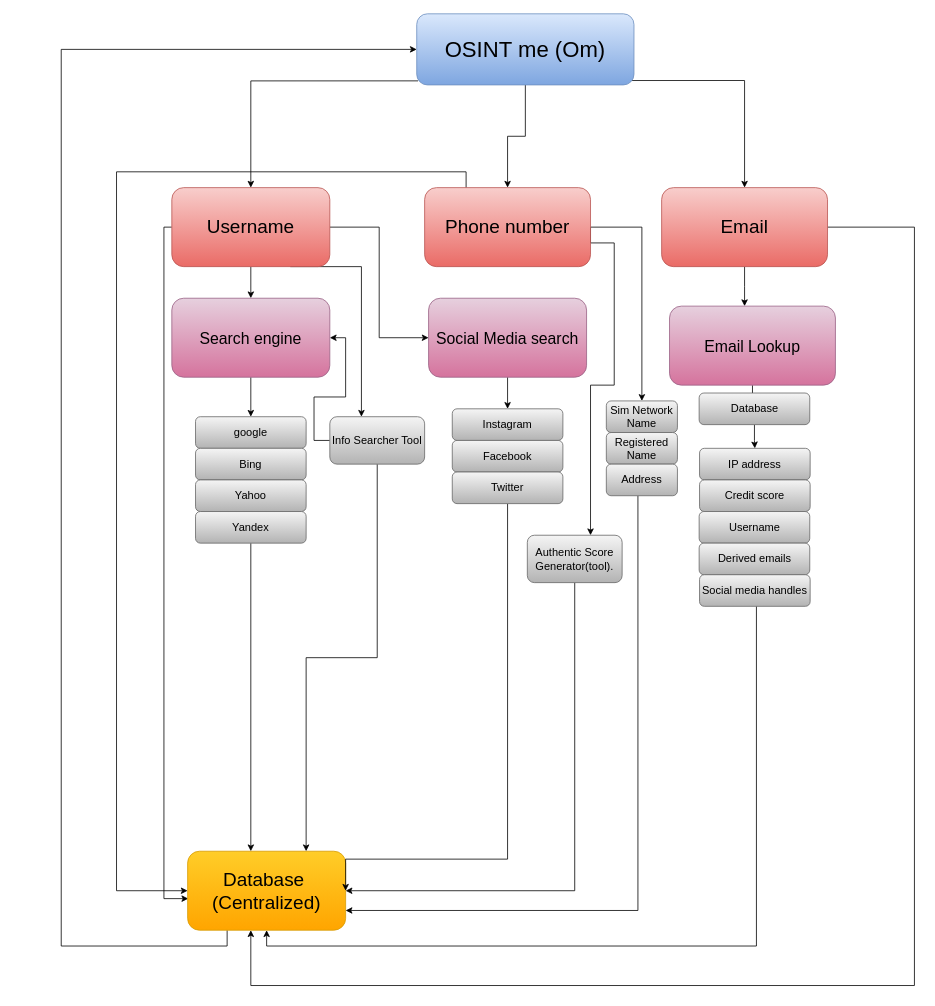
Earlier version of the draw.io diagram Hackathon.drawio (0xaL4te/Om). Source tidied: cells renumbered, new cells numbered last; positions are measured from the earlier drawing's top-left corner, leaving out a move shared by most shapes. Both pictures are drawn from the tidied source at 79%, with x=0, y=0 at pixel (61, 13).
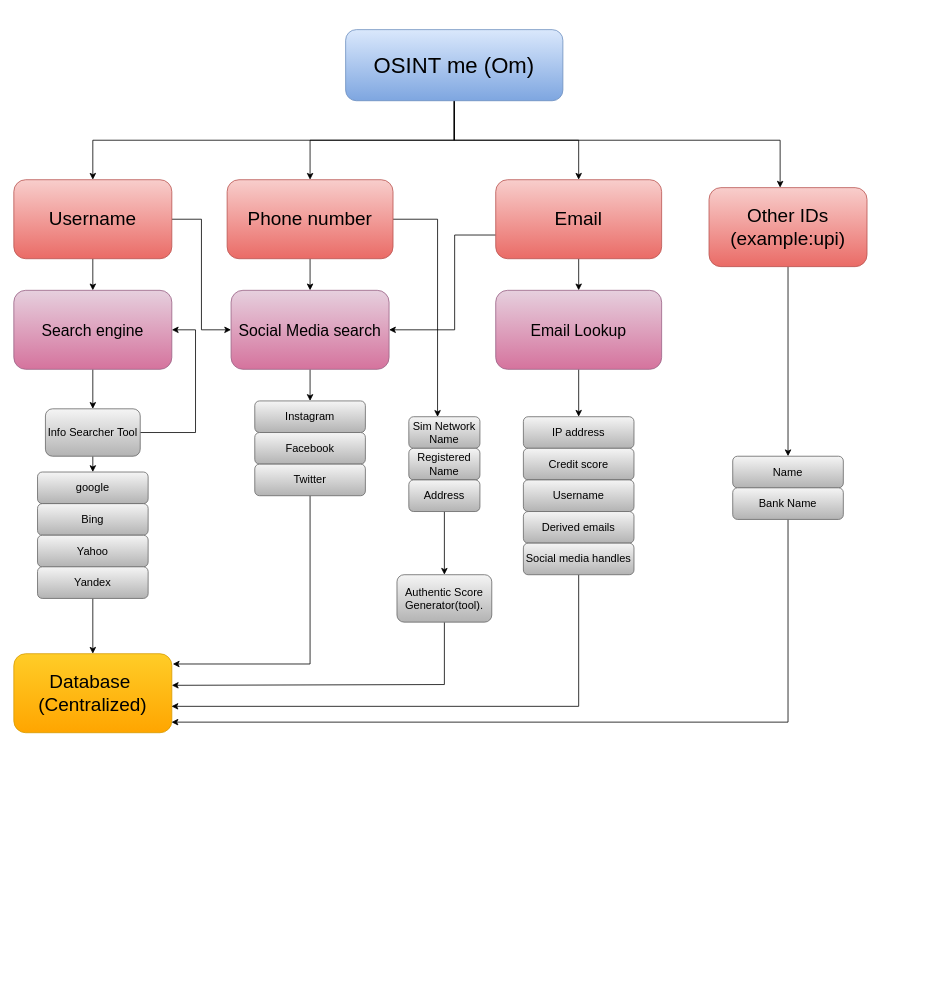
The same diagram, later.

What changed in the source:
```diff
@@
-    <mxCell id="2" style="edgeStyle=orthogonalEdgeStyle;rounded=0;jettySize=auto;html=1;entryX=0.004;entryY=0.6;entryDx=0;entryDy=0;entryPerimeter=0;" parent="1" edge="1" source="6" target="15">
-      <mxGeometry relative="1" as="geometry">
-        <Array as="points">
-          <mxPoint x="130" y="270" />
-          <mxPoint x="130" y="1120" />
-        </Array>
-      </mxGeometry>
-    </mxCell>
@@
-    <mxCell id="5" style="edgeStyle=orthogonalEdgeStyle;rounded=0;jettySize=auto;html=1;exitX=0.75;exitY=1;exitDx=0;exitDy=0;" parent="1" edge="1" source="6">
-      <mxGeometry relative="1" as="geometry">
-        <mxPoint x="380" y="510" as="targetPoint" />
-        <Array as="points">
-          <mxPoint x="380" y="320" />
-        </Array>
-      </mxGeometry>
-    </mxCell>
     <mxCell id="6" value="&lt;font style=&quot;font-size: 24px;&quot;&gt;Username&lt;/font&gt;" style="rounded=1;whiteSpace=wrap;html=1;fillColor=#f8cecc;gradientColor=#ea6b66;strokeColor=#b85450;" parent="1" vertex="1">
-      <mxGeometry x="140" y="220" width="200" height="100" as="geometry" />
+      <mxGeometry x="-60" y="210" width="200" height="100" as="geometry" />
     </mxCell>
+    <mxCell id="52" style="edgeStyle=orthogonalEdgeStyle;rounded=0;jettySize=auto;html=1;exitX=0.5;exitY=1;exitDx=0;exitDy=0;entryX=0.5;entryY=0;entryDx=0;entryDy=0;" parent="1" edge="1" source="10" target="24">
+      <mxGeometry relative="1" as="geometry" />
+    </mxCell>
-    <mxCell id="7" style="edgeStyle=orthogonalEdgeStyle;rounded=0;jettySize=auto;html=1;entryX=0.5;entryY=0;entryDx=0;entryDy=0;" parent="1" edge="1" source="10" target="29">
-      <mxGeometry relative="1" as="geometry">
-        <Array as="points">
-          <mxPoint x="735" y="270" />
-        </Array>
-      </mxGeometry>
+    <mxCell id="7" style="edgeStyle=orthogonalEdgeStyle;rounded=0;jettySize=auto;html=1;entryX=0.404;entryY=0.005;entryDx=0;entryDy=0;entryPerimeter=0;" parent="1" edge="1" source="10" target="29">
+      <mxGeometry relative="1" as="geometry" />
     </mxCell>
-    <mxCell id="8" style="edgeStyle=orthogonalEdgeStyle;rounded=0;jettySize=auto;html=1;exitX=1;exitY=0.5;exitDx=0;exitDy=0;" parent="1" edge="1" source="10">
-      <mxGeometry relative="1" as="geometry">
-        <mxPoint x="670" y="660" as="targetPoint" />
-        <Array as="points">
-          <mxPoint x="670" y="290" />
-          <mxPoint x="700" y="290" />
-          <mxPoint x="700" y="470" />
-          <mxPoint x="670" y="470" />
-        </Array>
-      </mxGeometry>
-    </mxCell>
-    <mxCell id="9" style="edgeStyle=orthogonalEdgeStyle;rounded=0;jettySize=auto;html=1;exitX=0.25;exitY=0;exitDx=0;exitDy=0;entryX=0;entryY=0.5;entryDx=0;entryDy=0;fontSize=23;" parent="1" edge="1" source="10" target="15">
-      <mxGeometry relative="1" as="geometry">
-        <Array as="points">
-          <mxPoint x="513" y="200" />
-          <mxPoint x="70" y="200" />
-          <mxPoint x="70" y="1110" />
-        </Array>
-      </mxGeometry>
-    </mxCell>
     <mxCell id="10" value="&lt;font style=&quot;font-size: 24px;&quot;&gt;Phone number&lt;/font&gt;" style="rounded=1;whiteSpace=wrap;html=1;fillColor=#f8cecc;gradientColor=#ea6b66;strokeColor=#b85450;" parent="1" vertex="1">
-      <mxGeometry x="460" y="220" width="210" height="100" as="geometry" />
+      <mxGeometry x="210" y="210" width="210" height="100" as="geometry" />
     </mxCell>
-    <mxCell id="11" style="edgeStyle=orthogonalEdgeStyle;rounded=0;jettySize=auto;html=1;" parent="1" edge="1" source="13">
-      <mxGeometry relative="1" as="geometry">
-        <mxPoint x="865" y="370" as="targetPoint" />
-      </mxGeometry>
-    </mxCell>
-    <mxCell id="12" style="edgeStyle=orthogonalEdgeStyle;rounded=0;jettySize=auto;html=1;entryX=0.4;entryY=1;entryDx=0;entryDy=0;entryPerimeter=0;fontSize=23;" parent="1" edge="1" source="13" target="15">
-      <mxGeometry relative="1" as="geometry">
-        <Array as="points">
-          <mxPoint x="1080" y="270" />
-          <mxPoint x="1080" y="1230" />
-          <mxPoint x="240" y="1230" />
-        </Array>
-      </mxGeometry>
-    </mxCell>
+    <mxCell id="53" style="edgeStyle=orthogonalEdgeStyle;rounded=0;jettySize=auto;html=1;entryX=1;entryY=0.5;entryDx=0;entryDy=0;" parent="1" edge="1" source="13" target="24">
+      <mxGeometry relative="1" as="geometry">
+        <Array as="points">
+          <mxPoint x="498" y="280" />
+          <mxPoint x="498" y="400" />
+        </Array>
+      </mxGeometry>
+    </mxCell>
+    <mxCell id="54" style="edgeStyle=orthogonalEdgeStyle;rounded=0;jettySize=auto;html=1;exitX=0.5;exitY=1;exitDx=0;exitDy=0;entryX=0.5;entryY=0;entryDx=0;entryDy=0;" parent="1" edge="1" source="13" target="39">
+      <mxGeometry relative="1" as="geometry" />
+    </mxCell>
     <mxCell id="13" value="&lt;font style=&quot;font-size: 24px;&quot;&gt;Email&lt;/font&gt;" style="rounded=1;whiteSpace=wrap;html=1;fillColor=#f8cecc;gradientColor=#ea6b66;strokeColor=#b85450;" parent="1" vertex="1">
-      <mxGeometry x="760" y="220" width="210" height="100" as="geometry" />
+      <mxGeometry x="550" y="210" width="210" height="100" as="geometry" />
     </mxCell>
-    <mxCell id="14" style="edgeStyle=orthogonalEdgeStyle;rounded=0;jettySize=auto;html=1;exitX=0.25;exitY=1;exitDx=0;exitDy=0;entryX=0;entryY=0.5;entryDx=0;entryDy=0;fontSize=23;" parent="1" edge="1" source="15" target="51">
-      <mxGeometry relative="1" as="geometry">
-        <Array as="points">
-          <mxPoint x="210" y="1180" />
-          <mxPoint y="1180" />
-          <mxPoint y="45" />
-        </Array>
-      </mxGeometry>
-    </mxCell>
     <mxCell id="15" value="&lt;font style=&quot;font-size: 24px;&quot;&gt;Database&amp;nbsp;&lt;br&gt;(Centralized)&lt;br&gt;&lt;/font&gt;" style="rounded=1;whiteSpace=wrap;html=1;fillColor=#ffcd28;gradientColor=#ffa500;strokeColor=#d79b00;" parent="1" vertex="1">
-      <mxGeometry x="160" y="1060" width="200" height="100" as="geometry" />
+      <mxGeometry x="-60" y="810" width="200" height="100" as="geometry" />
     </mxCell>
-    <mxCell id="16" style="edgeStyle=orthogonalEdgeStyle;rounded=0;jettySize=auto;html=1;" parent="1" edge="1" source="17" target="18">
-      <mxGeometry relative="1" as="geometry" />
-    </mxCell>
+    <mxCell id="55" style="edgeStyle=orthogonalEdgeStyle;rounded=0;jettySize=auto;html=1;entryX=0.5;entryY=0;entryDx=0;entryDy=0;" parent="1" edge="1" source="17" target="35">
+      <mxGeometry relative="1" as="geometry" />
+    </mxCell>
     <mxCell id="17" value="&lt;font style=&quot;font-size: 20px;&quot;&gt;Search engine&lt;/font&gt;" style="rounded=1;whiteSpace=wrap;html=1;fillColor=#e6d0de;gradientColor=#d5739d;strokeColor=#996185;" parent="1" vertex="1">
-      <mxGeometry x="140" y="360" width="200" height="100" as="geometry" />
+      <mxGeometry x="-60" y="350" width="200" height="100" as="geometry" />
     </mxCell>
     <mxCell id="18" value="google" style="rounded=1;whiteSpace=wrap;html=1;fillColor=#f5f5f5;gradientColor=#b3b3b3;strokeColor=#666666;fontSize=14;" parent="1" vertex="1">
-      <mxGeometry x="170" y="510" width="140" height="40" as="geometry" />
+      <mxGeometry x="-30" y="580" width="140" height="40" as="geometry" />
     </mxCell>
     <mxCell id="19" value="Bing" style="rounded=1;whiteSpace=wrap;html=1;fillColor=#f5f5f5;gradientColor=#b3b3b3;strokeColor=#666666;fontSize=14;" parent="1" vertex="1">
-      <mxGeometry x="170" y="550" width="140" height="40" as="geometry" />
+      <mxGeometry x="-30" y="620" width="140" height="40" as="geometry" />
     </mxCell>
     <mxCell id="20" value="Yahoo" style="rounded=1;whiteSpace=wrap;html=1;fillColor=#f5f5f5;gradientColor=#b3b3b3;strokeColor=#666666;fontSize=14;" parent="1" vertex="1">
-      <mxGeometry x="170" y="590" width="140" height="40" as="geometry" />
+      <mxGeometry x="-30" y="660" width="140" height="40" as="geometry" />
     </mxCell>
-    <mxCell id="21" style="edgeStyle=orthogonalEdgeStyle;rounded=0;jettySize=auto;html=1;entryX=0.4;entryY=0;entryDx=0;entryDy=0;entryPerimeter=0;" parent="1" edge="1" source="22" target="15">
+    <mxCell id="21" style="edgeStyle=orthogonalEdgeStyle;rounded=0;jettySize=auto;html=1;entryX=0.5;entryY=0;entryDx=0;entryDy=0;" parent="1" edge="1" source="22" target="15">
       <mxGeometry relative="1" as="geometry" />
     </mxCell>
     <mxCell id="22" value="Yandex" style="rounded=1;whiteSpace=wrap;html=1;fillColor=#f5f5f5;gradientColor=#b3b3b3;strokeColor=#666666;fontSize=14;" parent="1" vertex="1">
-      <mxGeometry x="170" y="630" width="140" height="40" as="geometry" />
+      <mxGeometry x="-30" y="700" width="140" height="40" as="geometry" />
     </mxCell>
-    <mxCell id="23" style="edgeStyle=orthogonalEdgeStyle;rounded=0;jettySize=auto;html=1;entryX=0.5;entryY=0;entryDx=0;entryDy=0;" parent="1" edge="1" source="24" target="25">
+    <mxCell id="23" style="edgeStyle=orthogonalEdgeStyle;rounded=0;jettySize=auto;html=1;exitX=0.5;exitY=1;exitDx=0;exitDy=0;entryX=0.5;entryY=0;entryDx=0;entryDy=0;" parent="1" edge="1" source="24" target="25">
       <mxGeometry relative="1" as="geometry" />
     </mxCell>
     <mxCell id="24" value="&lt;font style=&quot;font-size: 20px;&quot;&gt;Social Media search&lt;/font&gt;" style="rounded=1;whiteSpace=wrap;html=1;fillColor=#e6d0de;gradientColor=#d5739d;strokeColor=#996185;" parent="1" vertex="1">
-      <mxGeometry x="465" y="360" width="200" height="100" as="geometry" />
+      <mxGeometry x="215" y="350" width="200" height="100" as="geometry" />
     </mxCell>
     <mxCell id="25" value="Instagram" style="rounded=1;whiteSpace=wrap;html=1;fillColor=#f5f5f5;gradientColor=#b3b3b3;strokeColor=#666666;fontSize=14;" parent="1" vertex="1">
-      <mxGeometry x="495" y="500" width="140" height="40" as="geometry" />
+      <mxGeometry x="245" y="490" width="140" height="40" as="geometry" />
     </mxCell>
     <mxCell id="26" value="Facebook" style="rounded=1;whiteSpace=wrap;html=1;fillColor=#f5f5f5;gradientColor=#b3b3b3;strokeColor=#666666;fontSize=14;" parent="1" vertex="1">
-      <mxGeometry x="495" y="540" width="140" height="40" as="geometry" />
+      <mxGeometry x="245" y="530" width="140" height="40" as="geometry" />
     </mxCell>
-    <mxCell id="27" style="edgeStyle=orthogonalEdgeStyle;rounded=0;jettySize=auto;html=1;entryX=1;entryY=0.5;entryDx=0;entryDy=0;" parent="1" edge="1" source="28" target="15">
+    <mxCell id="27" style="edgeStyle=orthogonalEdgeStyle;rounded=0;jettySize=auto;html=1;exitX=0.5;exitY=1;exitDx=0;exitDy=0;entryX=1.006;entryY=0.13;entryDx=0;entryDy=0;entryPerimeter=0;" parent="1" edge="1" source="28" target="15">
       <mxGeometry relative="1" as="geometry">
         <Array as="points">
-          <mxPoint x="565" y="1070" />
-          <mxPoint x="360" y="1070" />
+          <mxPoint x="315" y="823" />
         </Array>
       </mxGeometry>
     </mxCell>
     <mxCell id="28" value="Twitter" style="rounded=1;whiteSpace=wrap;html=1;fillColor=#f5f5f5;gradientColor=#b3b3b3;strokeColor=#666666;fontSize=14;" parent="1" vertex="1">
-      <mxGeometry x="495" y="580" width="140" height="40" as="geometry" />
+      <mxGeometry x="245" y="570" width="140" height="40" as="geometry" />
     </mxCell>
     <mxCell id="29" value="Sim Network Name" style="rounded=1;whiteSpace=wrap;html=1;fillColor=#f5f5f5;gradientColor=#b3b3b3;strokeColor=#666666;fontSize=14;" parent="1" vertex="1">
-      <mxGeometry x="690" y="490" width="90" height="40" as="geometry" />
+      <mxGeometry x="440" y="510" width="90" height="40" as="geometry" />
     </mxCell>
     <mxCell id="30" value="Registered Name" style="rounded=1;whiteSpace=wrap;html=1;fillColor=#f5f5f5;gradientColor=#b3b3b3;strokeColor=#666666;fontSize=14;" parent="1" vertex="1">
-      <mxGeometry x="690" y="530" width="90" height="40" as="geometry" />
+      <mxGeometry x="440" y="550" width="90" height="40" as="geometry" />
     </mxCell>
-    <mxCell id="31" style="edgeStyle=orthogonalEdgeStyle;rounded=0;jettySize=auto;html=1;entryX=1;entryY=0.75;entryDx=0;entryDy=0;" parent="1" edge="1" source="32" target="15">
-      <mxGeometry relative="1" as="geometry">
-        <Array as="points">
-          <mxPoint x="730" y="1135" />
-        </Array>
-      </mxGeometry>
-    </mxCell>
+    <mxCell id="56" style="edgeStyle=orthogonalEdgeStyle;rounded=0;jettySize=auto;html=1;exitX=0.5;exitY=1;exitDx=0;exitDy=0;entryX=0.5;entryY=0;entryDx=0;entryDy=0;" parent="1" edge="1" source="32" target="37">
+      <mxGeometry relative="1" as="geometry" />
+    </mxCell>
     <mxCell id="32" value="Address" style="rounded=1;whiteSpace=wrap;html=1;fillColor=#f5f5f5;gradientColor=#b3b3b3;strokeColor=#666666;fontSize=14;" parent="1" vertex="1">
-      <mxGeometry x="690" y="570" width="90" height="40" as="geometry" />
+      <mxGeometry x="440" y="590" width="90" height="40" as="geometry" />
     </mxCell>
-    <mxCell id="33" style="edgeStyle=orthogonalEdgeStyle;rounded=0;jettySize=auto;html=1;entryX=0.75;entryY=0;entryDx=0;entryDy=0;" parent="1" edge="1" source="35" target="15">
-      <mxGeometry relative="1" as="geometry" />
-    </mxCell>
-    <mxCell id="34" style="edgeStyle=orthogonalEdgeStyle;rounded=0;jettySize=auto;html=1;exitX=0;exitY=0.5;exitDx=0;exitDy=0;entryX=1;entryY=0.5;entryDx=0;entryDy=0;" parent="1" edge="1" source="35" target="17">
+    <mxCell id="34" style="edgeStyle=orthogonalEdgeStyle;rounded=0;jettySize=auto;html=1;exitX=1;exitY=0.5;exitDx=0;exitDy=0;entryX=1;entryY=0.5;entryDx=0;entryDy=0;" parent="1" edge="1" source="35" target="17">
       <mxGeometry relative="1" as="geometry">
         <Array as="points">
-          <mxPoint x="320" y="540" />
-          <mxPoint x="320" y="485" />
-          <mxPoint x="360" y="485" />
-          <mxPoint x="360" y="410" />
+          <mxPoint x="170" y="530" />
+          <mxPoint x="170" y="400" />
         </Array>
       </mxGeometry>
     </mxCell>
+    <mxCell id="57" style="edgeStyle=orthogonalEdgeStyle;rounded=0;jettySize=auto;html=1;exitX=0.5;exitY=1;exitDx=0;exitDy=0;entryX=0.5;entryY=0;entryDx=0;entryDy=0;" parent="1" edge="1" source="35" target="18">
+      <mxGeometry relative="1" as="geometry" />
+    </mxCell>
     <mxCell id="35" value="Info Searcher Tool" style="rounded=1;whiteSpace=wrap;html=1;fillColor=#f5f5f5;gradientColor=#b3b3b3;strokeColor=#666666;fontSize=14;" parent="1" vertex="1">
-      <mxGeometry x="340" y="510" width="120" height="60" as="geometry" />
+      <mxGeometry x="-20" y="500" width="120" height="60" as="geometry" />
     </mxCell>
-    <mxCell id="36" style="edgeStyle=orthogonalEdgeStyle;rounded=0;jettySize=auto;html=1;entryX=1;entryY=0.5;entryDx=0;entryDy=0;" parent="1" edge="1" source="37" target="15">
-      <mxGeometry relative="1" as="geometry">
-        <Array as="points">
-          <mxPoint x="650" y="1110" />
-        </Array>
-      </mxGeometry>
-    </mxCell>
+    <mxCell id="58" style="edgeStyle=orthogonalEdgeStyle;rounded=0;jettySize=auto;html=1;exitX=0.5;exitY=1;exitDx=0;exitDy=0;" parent="1" edge="1" source="37">
+      <mxGeometry relative="1" as="geometry">
+        <mxPoint x="140" y="850" as="targetPoint" />
+        <Array as="points">
+          <mxPoint x="485" y="849" />
+        </Array>
+      </mxGeometry>
+    </mxCell>
     <mxCell id="37" value="Authentic Score Generator(tool)." style="rounded=1;whiteSpace=wrap;html=1;fillColor=#f5f5f5;gradientColor=#b3b3b3;strokeColor=#666666;fontSize=14;" parent="1" vertex="1">
-      <mxGeometry x="590" y="660" width="120" height="60" as="geometry" />
+      <mxGeometry x="425" y="710" width="120" height="60" as="geometry" />
     </mxCell>
-    <mxCell id="38" style="edgeStyle=orthogonalEdgeStyle;rounded=0;jettySize=auto;html=1;" parent="1" edge="1" source="39">
-      <mxGeometry relative="1" as="geometry">
-        <mxPoint x="877.5" y="480" as="targetPoint" />
-      </mxGeometry>
-    </mxCell>
+    <mxCell id="59" style="edgeStyle=orthogonalEdgeStyle;rounded=0;jettySize=auto;html=1;exitX=0.5;exitY=1;exitDx=0;exitDy=0;entryX=0.5;entryY=0;entryDx=0;entryDy=0;" parent="1" edge="1" source="39" target="42">
+      <mxGeometry relative="1" as="geometry" />
+    </mxCell>
     <mxCell id="39" value="&lt;font style=&quot;font-size: 20px;&quot;&gt;Email Lookup&lt;/font&gt;" style="rounded=1;whiteSpace=wrap;html=1;fillColor=#e6d0de;gradientColor=#d5739d;strokeColor=#996185;" parent="1" vertex="1">
-      <mxGeometry x="770" y="370" width="210" height="100" as="geometry" />
+      <mxGeometry x="550" y="350" width="210" height="100" as="geometry" />
     </mxCell>
-    <mxCell id="40" style="edgeStyle=orthogonalEdgeStyle;rounded=0;jettySize=auto;html=1;" parent="1" edge="1" source="41" target="42">
-      <mxGeometry relative="1" as="geometry" />
-    </mxCell>
-    <mxCell id="41" value="Database" style="rounded=1;whiteSpace=wrap;html=1;fillColor=#f5f5f5;gradientColor=#b3b3b3;strokeColor=#666666;fontSize=14;" parent="1" vertex="1">
-      <mxGeometry x="807.5" y="480" width="140" height="40" as="geometry" />
-    </mxCell>
     <mxCell id="42" value="IP address" style="rounded=1;whiteSpace=wrap;html=1;fillColor=#f5f5f5;gradientColor=#b3b3b3;strokeColor=#666666;fontSize=14;" parent="1" vertex="1">
-      <mxGeometry x="808" y="550" width="140" height="40" as="geometry" />
+      <mxGeometry x="585" y="510" width="140" height="40" as="geometry" />
     </mxCell>
     <mxCell id="43" value="Credit score" style="rounded=1;whiteSpace=wrap;html=1;fillColor=#f5f5f5;gradientColor=#b3b3b3;strokeColor=#666666;fontSize=14;" parent="1" vertex="1">
-      <mxGeometry x="808" y="590" width="140" height="40" as="geometry" />
+      <mxGeometry x="585" y="550" width="140" height="40" as="geometry" />
     </mxCell>
     <mxCell id="44" value="Username" style="rounded=1;whiteSpace=wrap;html=1;fillColor=#f5f5f5;gradientColor=#b3b3b3;strokeColor=#666666;fontSize=14;" parent="1" vertex="1">
-      <mxGeometry x="807.5" y="630" width="140" height="40" as="geometry" />
+      <mxGeometry x="585" y="590" width="140" height="40" as="geometry" />
     </mxCell>
     <mxCell id="45" value="Derived emails" style="rounded=1;whiteSpace=wrap;html=1;fillColor=#f5f5f5;gradientColor=#b3b3b3;strokeColor=#666666;fontSize=14;" parent="1" vertex="1">
-      <mxGeometry x="807.5" y="670" width="140" height="40" as="geometry" />
+      <mxGeometry x="585" y="630" width="140" height="40" as="geometry" />
     </mxCell>
-    <mxCell id="46" style="edgeStyle=orthogonalEdgeStyle;rounded=0;jettySize=auto;html=1;entryX=0.5;entryY=1;entryDx=0;entryDy=0;" parent="1" edge="1" source="47" target="15">
+    <mxCell id="46" style="edgeStyle=orthogonalEdgeStyle;rounded=0;jettySize=auto;html=1;entryX=0.998;entryY=0.666;entryDx=0;entryDy=0;entryPerimeter=0;" parent="1" edge="1" source="47" target="15">
       <mxGeometry relative="1" as="geometry">
         <Array as="points">
-          <mxPoint x="880" y="1180" />
-          <mxPoint x="260" y="1180" />
+          <mxPoint x="655" y="877" />
         </Array>
       </mxGeometry>
     </mxCell>
     <mxCell id="47" value="Social media handles" style="rounded=1;whiteSpace=wrap;html=1;fontSize=14;fillColor=#f5f5f5;gradientColor=#b3b3b3;strokeColor=#666666;" parent="1" vertex="1">
-      <mxGeometry x="808" y="710" width="140" height="40" as="geometry" />
+      <mxGeometry x="585" y="670" width="140" height="40" as="geometry" />
     </mxCell>
-    <mxCell id="48" style="edgeStyle=orthogonalEdgeStyle;rounded=0;jettySize=auto;html=1;fontSize=23;" parent="1" edge="1" source="51" target="10">
+    <mxCell id="48" style="edgeStyle=orthogonalEdgeStyle;rounded=0;jettySize=auto;html=1;entryX=0.5;entryY=0;entryDx=0;entryDy=0;" parent="1" edge="1" source="51" target="10">
       <mxGeometry relative="1" as="geometry" />
     </mxCell>
+    <mxCell id="50" style="edgeStyle=orthogonalEdgeStyle;rounded=0;jettySize=auto;html=1;entryX=0.5;entryY=0;entryDx=0;entryDy=0;" parent="1" edge="1" source="51" target="13">
+      <mxGeometry relative="1" as="geometry" />
+    </mxCell>
+    <mxCell id="60" style="edgeStyle=orthogonalEdgeStyle;rounded=0;jettySize=auto;html=1;" parent="1" edge="1" source="51" target="62">
+      <mxGeometry relative="1" as="geometry">
+        <Array as="points">
+          <mxPoint x="498" y="160" />
+          <mxPoint x="910" y="160" />
+        </Array>
+      </mxGeometry>
+    </mxCell>
-    <mxCell id="49" style="edgeStyle=orthogonalEdgeStyle;rounded=0;jettySize=auto;html=1;exitX=0.006;exitY=0.943;exitDx=0;exitDy=0;fontSize=23;exitPerimeter=0;" parent="1" edge="1" source="51" target="6">
-      <mxGeometry relative="1" as="geometry" />
+    <mxCell id="49" style="edgeStyle=orthogonalEdgeStyle;rounded=0;jettySize=auto;html=1;entryX=0.5;entryY=0;entryDx=0;entryDy=0;" parent="1" edge="1" source="51" target="6">
+      <mxGeometry relative="1" as="geometry">
+        <Array as="points">
+          <mxPoint x="498" y="160" />
+          <mxPoint x="40" y="160" />
+        </Array>
+      </mxGeometry>
     </mxCell>
-    <mxCell id="50" style="edgeStyle=orthogonalEdgeStyle;rounded=0;jettySize=auto;html=1;exitX=0.991;exitY=0.938;exitDx=0;exitDy=0;entryX=0.5;entryY=0;entryDx=0;entryDy=0;fontSize=23;exitPerimeter=0;" parent="1" edge="1" source="51" target="13">
-      <mxGeometry relative="1" as="geometry" />
-    </mxCell>
     <mxCell id="51" value="&lt;font style=&quot;font-size: 28px;&quot;&gt;OSINT me (Om)&lt;/font&gt;" style="rounded=1;whiteSpace=wrap;html=1;fillColor=#dae8fc;gradientColor=#7ea6e0;strokeColor=#6c8ebf;" parent="1" vertex="1">
-      <mxGeometry x="450" width="275" height="90" as="geometry" />
+      <mxGeometry x="360" y="20" width="275" height="90" as="geometry" />
     </mxCell>
+    <mxCell id="61" style="edgeStyle=orthogonalEdgeStyle;rounded=0;jettySize=auto;html=1;" parent="1" edge="1" source="62" target="63">
+      <mxGeometry relative="1" as="geometry" />
+    </mxCell>
+    <mxCell id="62" value="&lt;span style=&quot;font-size: 24px;&quot;&gt;Other IDs&lt;br&gt;(example:upi)&lt;br&gt;&lt;/span&gt;" style="rounded=1;whiteSpace=wrap;html=1;fillColor=#f8cecc;gradientColor=#ea6b66;strokeColor=#b85450;" parent="1" vertex="1">
+      <mxGeometry x="820" y="220" width="200" height="100" as="geometry" />
+    </mxCell>
+    <mxCell id="63" value="Name" style="rounded=1;whiteSpace=wrap;html=1;fillColor=#f5f5f5;gradientColor=#b3b3b3;strokeColor=#666666;fontSize=14;" parent="1" vertex="1">
+      <mxGeometry x="850" y="560" width="140" height="40" as="geometry" />
+    </mxCell>
+    <mxCell id="64" style="edgeStyle=orthogonalEdgeStyle;rounded=0;jettySize=auto;html=1;exitX=0.5;exitY=1;exitDx=0;exitDy=0;entryX=0.998;entryY=0.866;entryDx=0;entryDy=0;entryPerimeter=0;" parent="1" edge="1" source="65" target="15">
+      <mxGeometry relative="1" as="geometry" />
+    </mxCell>
+    <mxCell id="65" value="Bank Name" style="rounded=1;whiteSpace=wrap;html=1;fillColor=#f5f5f5;gradientColor=#b3b3b3;strokeColor=#666666;fontSize=14;" parent="1" vertex="1">
+      <mxGeometry x="850" y="600" width="140" height="40" as="geometry" />
+    </mxCell>
+    <mxCell id="66" style="edgeStyle=orthogonalEdgeStyle;rounded=0;orthogonalLoop=1;jettySize=auto;html=1;exitX=0.5;exitY=1;exitDx=0;exitDy=0;" parent="1" edge="1" source="28" target="28">
+      <mxGeometry relative="1" as="geometry" />
+    </mxCell>
```
